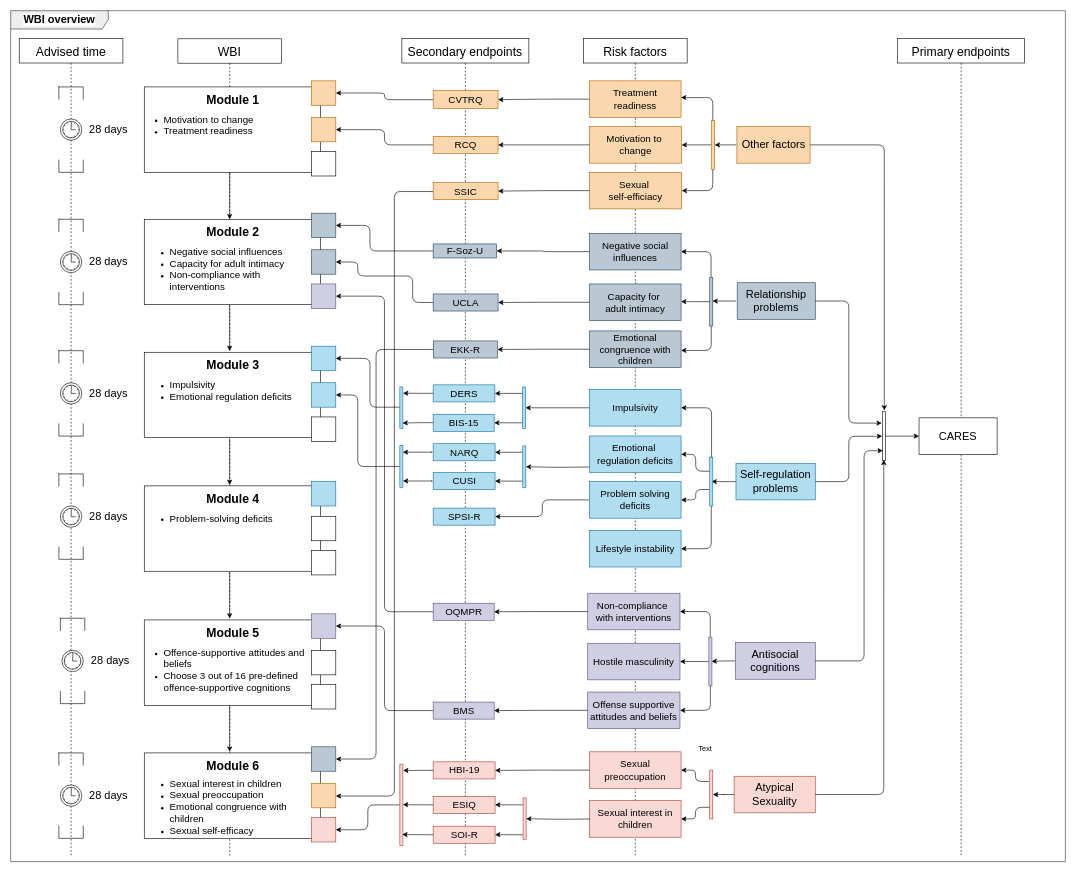
This is page "act_Wbi_Overview" (2 of 8) of _diagrams/mtDiagrams.drawio from peterfromberger/mtLancetSupplementNEW, a draw.io file, before an edit. Source tidied: cells renumbered, new cells numbered last; positions are measured from the earlier drawing's top-left corner, leaving out a move shared by most shapes. Both pictures are drawn from the tidied source at 61%, with x=0, y=0 at pixel (10, 10).
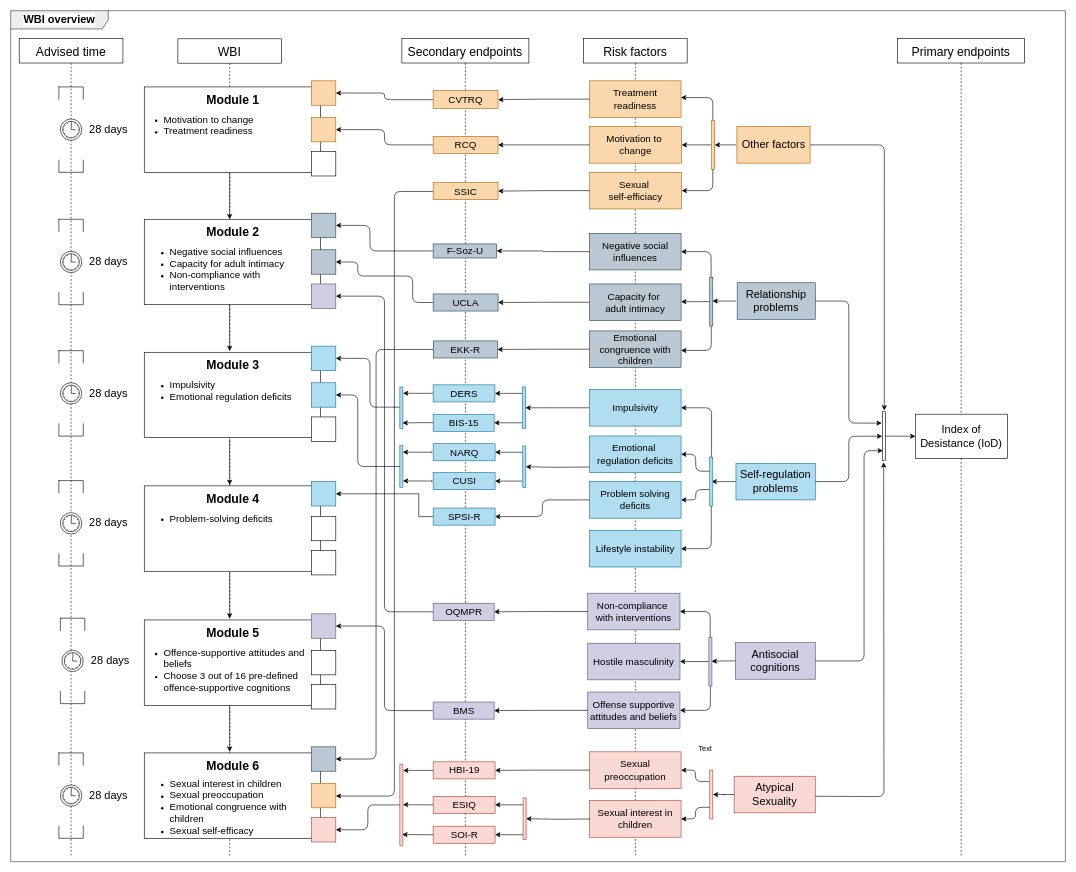
The same diagram, later.

The change refers to these unchanged cells:
```xml
<mxCell id="2" style="group;" parent="1" vertex="1">
  <mxGeometry width="1729" height="1395" as="geometry" />
</mxCell>
<mxCell id="18" value="&lt;font style=&quot;font-size: 16px;&quot;&gt;SPSI-R&lt;/font&gt;" style="rounded=0;whiteSpace=wrap;html=1;fillColor=#b1ddf0;strokeColor=#10739e;fillStyle=solid;" parent="2" vertex="1">
  <mxGeometry x="692.6" y="815.4" width="101.5" height="28" as="geometry" />
</mxCell>
<mxCell id="48" value="&lt;font style=&quot;font-size: 18px;&quot;&gt;Atypical Sexuality&lt;/font&gt;" style="rounded=0;whiteSpace=wrap;html=1;fillColor=#fad9d5;strokeColor=#ae4132;" parent="47" vertex="1">
  <mxGeometry x="237" y="40" width="133" height="60" as="geometry" />
</mxCell>
<mxCell id="110" style="whiteSpace=wrap;html=1;fillColor=#b1ddf0;strokeColor=#10739e;" parent="2" vertex="1">
  <mxGeometry x="493" y="772" width="40" height="40" as="geometry" />
</mxCell>
<mxCell id="156" style="group;" parent="2" vertex="1">
  <mxGeometry x="14" y="45.8" width="192.5" height="1339.2" as="geometry" />
</mxCell>
<mxCell id="188" value="&lt;font style=&quot;font-size: 18px;&quot;&gt;&lt;b style=&quot;&quot;&gt;WBI overview&lt;/b&gt;&lt;/font&gt;" style="shape=umlFrame;whiteSpace=wrap;html=1;width=160;rounded=1;fontFamily=Helvetica;fontSize=11;labelBackgroundColor=default;fillColor=#eeeeee;strokeColor=#36393d;" parent="2" vertex="1">
  <mxGeometry width="1729" height="1395" as="geometry" />
</mxCell>
<mxCell id="192" style="html=1;points=[];perimeter=orthogonalPerimeter;" parent="188" vertex="1">
  <mxGeometry x="1429" y="657.5" width="5" height="80" as="geometry" />
</mxCell>
```

What changed in the source:
```diff
@@
+    <mxCell id="198" style="edgeStyle=orthogonalEdgeStyle;rounded=0;jettySize=auto;html=1;entryX=1;entryY=0.5;entryDx=0;entryDy=0;" parent="2" edge="1" source="18" target="110">
+      <mxGeometry relative="1" as="geometry">
+        <Array as="points">
+          <mxPoint x="669" y="829" />
+          <mxPoint x="669" y="792" />
+        </Array>
+      </mxGeometry>
+    </mxCell>
@@
     <mxCell id="170" style="group;" parent="156" vertex="1">
-      <mxGeometry x="65" y="713.6" width="40" height="140" as="geometry" />
+      <mxGeometry x="65" y="724.6" width="40" height="140" as="geometry" />
     </mxCell>
@@
     <mxCell id="173" style="shape=mxgraph.bpmn.event;html=1;verticalLabelPosition=bottom;labelBackgroundColor=#ffffff;verticalAlign=top;align=center;perimeter=ellipsePerimeter;outline=standard;symbol=timer;" parent="156" vertex="1">
-      <mxGeometry x="67.5" y="766.1" width="35" height="35" as="geometry" />
+      <mxGeometry x="67.5" y="777.1" width="35" height="35" as="geometry" />
     </mxCell>
     <mxCell id="174" value="&lt;span style=&quot;font-size: 18px;&quot;&gt;28 days&lt;/span&gt;" style="text;html=1;whiteSpace=wrap;strokeColor=none;fillColor=none;align=center;verticalAlign=middle;rounded=0;" parent="156" vertex="1">
-      <mxGeometry x="103" y="768.6" width="87" height="30" as="geometry" />
+      <mxGeometry x="103" y="779.6" width="87" height="30" as="geometry" />
     </mxCell>
@@
-    <mxCell id="190" value="&lt;font style=&quot;font-size: 18px;&quot;&gt;CARES&lt;/font&gt;" style="rounded=0;whiteSpace=wrap;html=1;" parent="188" vertex="1">
-      <mxGeometry x="1489.1" y="667.5" width="128" height="60" as="geometry" />
+    <mxCell id="190" value="&lt;font style=&quot;font-size: 18px;&quot;&gt;Index of Desistance (IoD)&lt;/font&gt;" style="rounded=0;whiteSpace=wrap;html=1;" parent="188" vertex="1">
+      <mxGeometry x="1483.1" y="661.5" width="150.9" height="72.5" as="geometry" />
     </mxCell>
@@
-    <mxCell id="194" style="edgeStyle=orthogonalEdgeStyle;rounded=1;jettySize=auto;html=1;entryX=0.467;entryY=0.983;entryDx=0;entryDy=0;entryPerimeter=0;curved=0;" parent="2" edge="1" source="48" target="192">
-      <mxGeometry relative="1" as="geometry" />
+    <mxCell id="194" style="edgeStyle=orthogonalEdgeStyle;rounded=1;orthogonalLoop=1;jettySize=auto;html=1;curved=0;entryX=0.423;entryY=1;entryDx=0;entryDy=0;entryPerimeter=0;" parent="2" edge="1">
+      <mxGeometry relative="1" as="geometry">
+        <mxPoint x="1319" y="1287.9" as="sourcePoint" />
+        <mxPoint x="1431.1" y="740.4" as="targetPoint" />
+      </mxGeometry>
     </mxCell>
```
